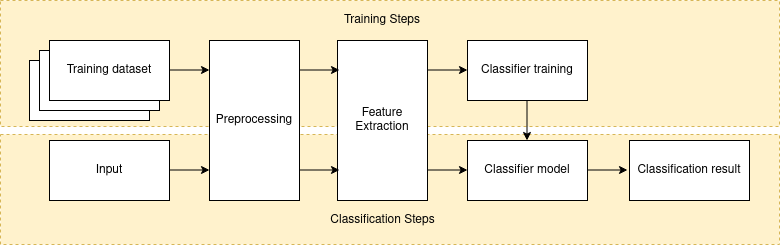
The draw.io diagram images/structure-system-class-intent.png in myduyenn218/Report_KL_2021, before a commit. Source tidied: cells renumbered, new cells last; positions are measured from the earlier drawing's top-left corner, leaving out a move shared by most shapes. The source it was exported from:
```xml
<mxGraphModel>
  <root>
    <mxCell id="0" />
    <mxCell id="1" parent="0" />
    <mxCell id="2" style="rounded=0;whiteSpace=wrap;html=1;dashed=1;fillColor=#fff2cc;strokeColor=#d6b656;" parent="1" vertex="1">
      <mxGeometry y="134" width="779" height="110" as="geometry" />
    </mxCell>
    <mxCell id="3" style="rounded=0;whiteSpace=wrap;html=1;dashed=1;fillColor=#fff2cc;strokeColor=#d6b656;" parent="1" vertex="1">
      <mxGeometry width="779" height="126" as="geometry" />
    </mxCell>
    <mxCell id="4" style="rounded=0;whiteSpace=wrap;html=1;" parent="1" vertex="1">
      <mxGeometry x="29" y="60" width="120" height="60" as="geometry" />
    </mxCell>
    <mxCell id="5" style="rounded=0;whiteSpace=wrap;html=1;" parent="1" vertex="1">
      <mxGeometry x="39" y="50" width="120" height="60" as="geometry" />
    </mxCell>
    <mxCell id="6" value="Training dataset" style="rounded=0;whiteSpace=wrap;html=1;" parent="1" vertex="1">
      <mxGeometry x="49" y="40" width="120" height="60" as="geometry" />
    </mxCell>
    <mxCell id="7" value="Preprocessing" style="rounded=0;whiteSpace=wrap;html=1;" parent="1" vertex="1">
      <mxGeometry x="209" y="40" width="90" height="160" as="geometry" />
    </mxCell>
    <mxCell id="8" value="Feature Extraction" style="rounded=0;whiteSpace=wrap;html=1;" parent="1" vertex="1">
      <mxGeometry x="337" y="40" width="90" height="160" as="geometry" />
    </mxCell>
    <mxCell id="9" value="Classifier training" style="rounded=0;whiteSpace=wrap;html=1;" parent="1" vertex="1">
      <mxGeometry x="467" y="40" width="120" height="60" as="geometry" />
    </mxCell>
    <mxCell id="10" value="Classifier model" style="rounded=0;whiteSpace=wrap;html=1;" parent="1" vertex="1">
      <mxGeometry x="467" y="140" width="120" height="60" as="geometry" />
    </mxCell>
    <mxCell id="11" value="Classification result" style="rounded=0;whiteSpace=wrap;html=1;" parent="1" vertex="1">
      <mxGeometry x="629" y="140" width="120" height="60" as="geometry" />
    </mxCell>
    <mxCell id="12" value="Input" style="rounded=0;whiteSpace=wrap;html=1;" parent="1" vertex="1">
      <mxGeometry x="49" y="140" width="120" height="60" as="geometry" />
    </mxCell>
    <mxCell id="13" style="endArrow=classic;html=1;" parent="1" edge="1">
      <mxGeometry relative="1" as="geometry">
        <mxPoint x="169" y="69.5" as="sourcePoint" />
        <mxPoint x="209" y="69.5" as="targetPoint" />
      </mxGeometry>
    </mxCell>
    <mxCell id="14" style="endArrow=classic;html=1;" parent="1" edge="1">
      <mxGeometry relative="1" as="geometry">
        <mxPoint x="427" y="69.5" as="sourcePoint" />
        <mxPoint x="467" y="69.5" as="targetPoint" />
      </mxGeometry>
    </mxCell>
    <mxCell id="15" style="endArrow=classic;html=1;" parent="1" edge="1">
      <mxGeometry relative="1" as="geometry">
        <mxPoint x="526.5" y="100" as="sourcePoint" />
        <mxPoint x="526.5" y="140" as="targetPoint" />
      </mxGeometry>
    </mxCell>
    <mxCell id="16" style="endArrow=classic;html=1;" parent="1" edge="1">
      <mxGeometry relative="1" as="geometry">
        <mxPoint x="169" y="169.5" as="sourcePoint" />
        <mxPoint x="209" y="169.5" as="targetPoint" />
      </mxGeometry>
    </mxCell>
    <mxCell id="17" style="endArrow=classic;html=1;" parent="1" edge="1">
      <mxGeometry relative="1" as="geometry">
        <mxPoint x="299" y="69.5" as="sourcePoint" />
        <mxPoint x="339" y="69.5" as="targetPoint" />
      </mxGeometry>
    </mxCell>
    <mxCell id="18" style="endArrow=classic;html=1;" parent="1" edge="1">
      <mxGeometry relative="1" as="geometry">
        <mxPoint x="299" y="169.5" as="sourcePoint" />
        <mxPoint x="339" y="169.5" as="targetPoint" />
      </mxGeometry>
    </mxCell>
    <mxCell id="19" style="endArrow=classic;html=1;" parent="1" edge="1">
      <mxGeometry relative="1" as="geometry">
        <mxPoint x="427" y="169.5" as="sourcePoint" />
        <mxPoint x="467" y="169.5" as="targetPoint" />
      </mxGeometry>
    </mxCell>
    <mxCell id="20" style="endArrow=classic;html=1;" parent="1" edge="1">
      <mxGeometry relative="1" as="geometry">
        <mxPoint x="587" y="169.5" as="sourcePoint" />
        <mxPoint x="627" y="169.5" as="targetPoint" />
      </mxGeometry>
    </mxCell>
    <mxCell id="21" value="Training Steps" style="text;html=1;strokeColor=none;fillColor=none;align=center;verticalAlign=middle;whiteSpace=wrap;rounded=0;dashed=1;strokeWidth=1;" parent="1" vertex="1">
      <mxGeometry x="337" y="10" width="90" height="20" as="geometry" />
    </mxCell>
    <mxCell id="22" value="Classification Steps" style="text;html=1;strokeColor=none;fillColor=none;align=center;verticalAlign=middle;whiteSpace=wrap;rounded=0;dashed=1;" parent="1" vertex="1">
      <mxGeometry x="324.5" y="210" width="115" height="20" as="geometry" />
    </mxCell>
  </root>
</mxGraphModel>
```
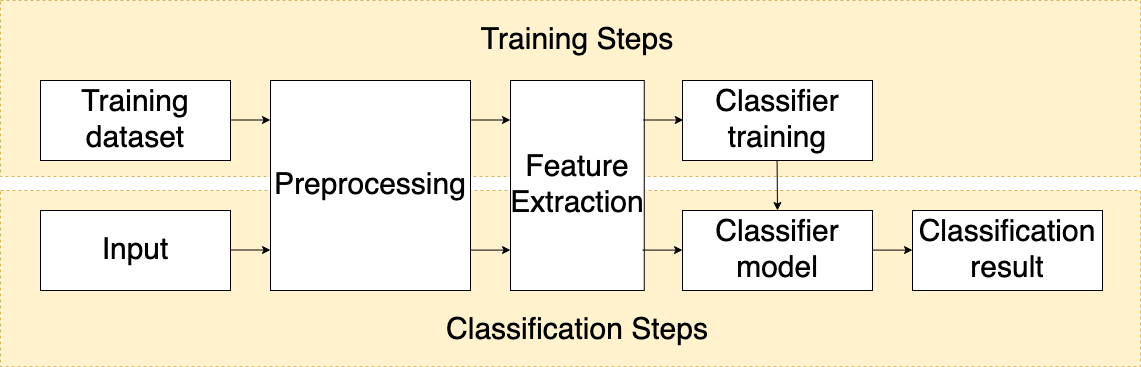
The same diagram one commit later.

What changed in the source:
```diff
@@ -2,92 +2,85 @@
   <root>
     <mxCell id="0" />
     <mxCell id="1" parent="0" />
-    <mxCell id="2" style="rounded=0;whiteSpace=wrap;html=1;dashed=1;fillColor=#fff2cc;strokeColor=#d6b656;" parent="1" vertex="1">
-      <mxGeometry y="134" width="779" height="110" as="geometry" />
-    </mxCell>
-    <mxCell id="3" style="rounded=0;whiteSpace=wrap;html=1;dashed=1;fillColor=#fff2cc;strokeColor=#d6b656;" parent="1" vertex="1">
-      <mxGeometry width="779" height="126" as="geometry" />
-    </mxCell>
-    <mxCell id="4" style="rounded=0;whiteSpace=wrap;html=1;" parent="1" vertex="1">
-      <mxGeometry x="29" y="60" width="120" height="60" as="geometry" />
-    </mxCell>
-    <mxCell id="5" style="rounded=0;whiteSpace=wrap;html=1;" parent="1" vertex="1">
-      <mxGeometry x="39" y="50" width="120" height="60" as="geometry" />
-    </mxCell>
+    <mxCell id="23" style="rounded=0;whiteSpace=wrap;html=1;dashed=1;fillColor=#fff2cc;strokeColor=#d6b656;" parent="1" vertex="1">
+      <mxGeometry x="-61" y="110" width="1140" height="176" as="geometry" />
+    </mxCell>
+    <mxCell id="24" style="rounded=0;whiteSpace=wrap;html=1;dashed=1;fillColor=#fff2cc;strokeColor=#d6b656;" parent="1" vertex="1">
+      <mxGeometry x="-61" y="-80" width="1140" height="176" as="geometry" />
+    </mxCell>
-    <mxCell id="6" value="Training dataset" style="rounded=0;whiteSpace=wrap;html=1;" parent="1" vertex="1">
-      <mxGeometry x="49" y="40" width="120" height="60" as="geometry" />
+    <mxCell id="6" value="&lt;font style=&quot;font-size: 30px&quot;&gt;Training dataset&lt;/font&gt;" style="rounded=0;whiteSpace=wrap;html=1;fontSize=30;" parent="1" vertex="1">
+      <mxGeometry x="-21" width="190" height="80" as="geometry" />
     </mxCell>
-    <mxCell id="7" value="Preprocessing" style="rounded=0;whiteSpace=wrap;html=1;" parent="1" vertex="1">
-      <mxGeometry x="209" y="40" width="90" height="160" as="geometry" />
+    <mxCell id="7" value="&lt;font style=&quot;font-size: 30px&quot;&gt;Preprocessing&lt;/font&gt;" style="rounded=0;whiteSpace=wrap;html=1;" parent="1" vertex="1">
+      <mxGeometry x="209" width="200" height="210" as="geometry" />
     </mxCell>
-    <mxCell id="8" value="Feature Extraction" style="rounded=0;whiteSpace=wrap;html=1;" parent="1" vertex="1">
-      <mxGeometry x="337" y="40" width="90" height="160" as="geometry" />
+    <mxCell id="8" value="&lt;font style=&quot;font-size: 30px&quot;&gt;Feature Extraction&lt;/font&gt;" style="rounded=0;whiteSpace=wrap;html=1;" parent="1" vertex="1">
+      <mxGeometry x="449" width="133.8" height="210" as="geometry" />
     </mxCell>
-    <mxCell id="9" value="Classifier training" style="rounded=0;whiteSpace=wrap;html=1;" parent="1" vertex="1">
-      <mxGeometry x="467" y="40" width="120" height="60" as="geometry" />
+    <mxCell id="9" value="&lt;font style=&quot;font-size: 30px&quot;&gt;Classifier training&lt;/font&gt;" style="rounded=0;whiteSpace=wrap;html=1;" parent="1" vertex="1">
+      <mxGeometry x="621" width="190" height="80" as="geometry" />
     </mxCell>
-    <mxCell id="10" value="Classifier model" style="rounded=0;whiteSpace=wrap;html=1;" parent="1" vertex="1">
-      <mxGeometry x="467" y="140" width="120" height="60" as="geometry" />
+    <mxCell id="10" value="&lt;font style=&quot;font-size: 30px&quot;&gt;Classifier model&lt;/font&gt;" style="rounded=0;whiteSpace=wrap;html=1;" parent="1" vertex="1">
+      <mxGeometry x="621" y="130" width="190" height="80" as="geometry" />
     </mxCell>
-    <mxCell id="11" value="Classification result" style="rounded=0;whiteSpace=wrap;html=1;" parent="1" vertex="1">
-      <mxGeometry x="629" y="140" width="120" height="60" as="geometry" />
+    <mxCell id="11" value="&lt;font style=&quot;font-size: 30px&quot;&gt;Classification result&lt;/font&gt;" style="rounded=0;whiteSpace=wrap;html=1;" parent="1" vertex="1">
+      <mxGeometry x="851" y="130" width="190" height="80" as="geometry" />
     </mxCell>
-    <mxCell id="12" value="Input" style="rounded=0;whiteSpace=wrap;html=1;" parent="1" vertex="1">
-      <mxGeometry x="49" y="140" width="120" height="60" as="geometry" />
+    <mxCell id="12" value="&lt;font style=&quot;font-size: 30px&quot;&gt;Input&lt;/font&gt;" style="rounded=0;whiteSpace=wrap;html=1;" parent="1" vertex="1">
+      <mxGeometry x="-21" y="130" width="190" height="80" as="geometry" />
     </mxCell>
-    <mxCell id="13" style="endArrow=classic;html=1;" parent="1" edge="1">
-      <mxGeometry relative="1" as="geometry">
-        <mxPoint x="169" y="69.5" as="sourcePoint" />
-        <mxPoint x="209" y="69.5" as="targetPoint" />
-      </mxGeometry>
-    </mxCell>
-    <mxCell id="14" style="endArrow=classic;html=1;" parent="1" edge="1">
-      <mxGeometry relative="1" as="geometry">
-        <mxPoint x="427" y="69.5" as="sourcePoint" />
-        <mxPoint x="467" y="69.5" as="targetPoint" />
-      </mxGeometry>
-    </mxCell>
-    <mxCell id="15" style="endArrow=classic;html=1;" parent="1" edge="1">
-      <mxGeometry relative="1" as="geometry">
-        <mxPoint x="526.5" y="100" as="sourcePoint" />
-        <mxPoint x="526.5" y="140" as="targetPoint" />
-      </mxGeometry>
-    </mxCell>
-    <mxCell id="16" style="endArrow=classic;html=1;" parent="1" edge="1">
-      <mxGeometry relative="1" as="geometry">
-        <mxPoint x="169" y="169.5" as="sourcePoint" />
-        <mxPoint x="209" y="169.5" as="targetPoint" />
-      </mxGeometry>
-    </mxCell>
-    <mxCell id="17" style="endArrow=classic;html=1;" parent="1" edge="1">
-      <mxGeometry relative="1" as="geometry">
-        <mxPoint x="299" y="69.5" as="sourcePoint" />
-        <mxPoint x="339" y="69.5" as="targetPoint" />
-      </mxGeometry>
-    </mxCell>
-    <mxCell id="18" style="endArrow=classic;html=1;" parent="1" edge="1">
-      <mxGeometry relative="1" as="geometry">
-        <mxPoint x="299" y="169.5" as="sourcePoint" />
-        <mxPoint x="339" y="169.5" as="targetPoint" />
-      </mxGeometry>
-    </mxCell>
-    <mxCell id="19" style="endArrow=classic;html=1;" parent="1" edge="1">
-      <mxGeometry relative="1" as="geometry">
-        <mxPoint x="427" y="169.5" as="sourcePoint" />
-        <mxPoint x="467" y="169.5" as="targetPoint" />
-      </mxGeometry>
-    </mxCell>
-    <mxCell id="20" style="endArrow=classic;html=1;" parent="1" edge="1">
-      <mxGeometry relative="1" as="geometry">
-        <mxPoint x="587" y="169.5" as="sourcePoint" />
-        <mxPoint x="627" y="169.5" as="targetPoint" />
-      </mxGeometry>
-    </mxCell>
-    <mxCell id="21" value="Training Steps" style="text;html=1;strokeColor=none;fillColor=none;align=center;verticalAlign=middle;whiteSpace=wrap;rounded=0;dashed=1;strokeWidth=1;" parent="1" vertex="1">
-      <mxGeometry x="337" y="10" width="90" height="20" as="geometry" />
+    <mxCell id="21" value="&lt;font style=&quot;font-size: 30px&quot;&gt;Training Steps&lt;/font&gt;" style="text;html=1;strokeColor=none;fillColor=none;align=center;verticalAlign=middle;whiteSpace=wrap;rounded=0;dashed=1;strokeWidth=1;" parent="1" vertex="1">
+      <mxGeometry x="355.9" y="-50" width="320" height="20" as="geometry" />
     </mxCell>
-    <mxCell id="22" value="Classification Steps" style="text;html=1;strokeColor=none;fillColor=none;align=center;verticalAlign=middle;whiteSpace=wrap;rounded=0;dashed=1;" parent="1" vertex="1">
-      <mxGeometry x="324.5" y="210" width="115" height="20" as="geometry" />
+    <mxCell id="22" value="&lt;font style=&quot;font-size: 30px&quot;&gt;Classification Steps&lt;/font&gt;" style="text;html=1;strokeColor=none;fillColor=none;align=center;verticalAlign=middle;whiteSpace=wrap;rounded=0;dashed=1;" parent="1" vertex="1">
+      <mxGeometry x="355.9" y="240" width="320" height="20" as="geometry" />
     </mxCell>
+    <mxCell id="25" style="endArrow=classic;html=1;" parent="1" edge="1">
+      <mxGeometry relative="1" as="geometry">
+        <mxPoint x="581" y="169.6" as="sourcePoint" />
+        <mxPoint x="621" y="169.6" as="targetPoint" />
+      </mxGeometry>
+    </mxCell>
+    <mxCell id="26" style="endArrow=classic;html=1;" parent="1" edge="1">
+      <mxGeometry relative="1" as="geometry">
+        <mxPoint x="409" y="169.6" as="sourcePoint" />
+        <mxPoint x="449" y="169.6" as="targetPoint" />
+      </mxGeometry>
+    </mxCell>
+    <mxCell id="27" style="endArrow=classic;html=1;" parent="1" edge="1">
+      <mxGeometry relative="1" as="geometry">
+        <mxPoint x="581.8" y="39.5" as="sourcePoint" />
+        <mxPoint x="621.8" y="39.5" as="targetPoint" />
+      </mxGeometry>
+    </mxCell>
+    <mxCell id="28" style="endArrow=classic;html=1;" parent="1" edge="1">
+      <mxGeometry relative="1" as="geometry">
+        <mxPoint x="409" y="39.5" as="sourcePoint" />
+        <mxPoint x="449" y="39.5" as="targetPoint" />
+      </mxGeometry>
+    </mxCell>
+    <mxCell id="29" style="endArrow=classic;html=1;" parent="1" edge="1">
+      <mxGeometry relative="1" as="geometry">
+        <mxPoint x="169" y="169.5" as="sourcePoint" />
+        <mxPoint x="209" y="169.5" as="targetPoint" />
+      </mxGeometry>
+    </mxCell>
+    <mxCell id="30" style="endArrow=classic;html=1;" parent="1" edge="1">
+      <mxGeometry relative="1" as="geometry">
+        <mxPoint x="169" y="39.5" as="sourcePoint" />
+        <mxPoint x="209" y="39.5" as="targetPoint" />
+      </mxGeometry>
+    </mxCell>
+    <mxCell id="31" style="endArrow=classic;html=1;entryX=0.5;entryY=0;entryDx=0;entryDy=0;" parent="1" edge="1" target="10">
+      <mxGeometry relative="1" as="geometry">
+        <mxPoint x="715.6" y="80" as="sourcePoint" />
+      </mxGeometry>
+    </mxCell>
+    <mxCell id="32" style="endArrow=classic;html=1;" parent="1" edge="1">
+      <mxGeometry relative="1" as="geometry">
+        <mxPoint x="811" y="169.6" as="sourcePoint" />
+        <mxPoint x="851" y="169.6" as="targetPoint" />
+      </mxGeometry>
+    </mxCell>
   </root>
 </mxGraphModel>
```
